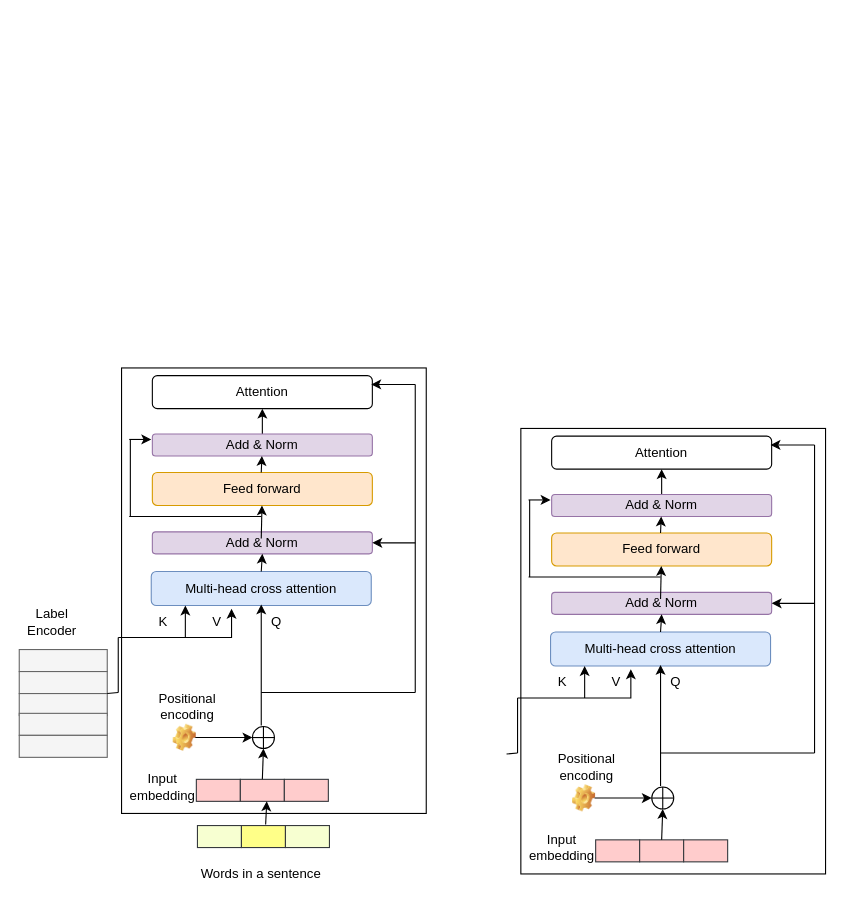
dksanyal/Abstract2StructuredAbstract keeps this draw.io diagram as liht.drawio. Above is the earlier version. Source tidied: cells renumbered, new cells numbered last; positions are measured from the earlier drawing's top-left corner, leaving out a move shared by most shapes. Both pictures are drawn from the tidied source at 110%, with x=0, y=0 at pixel (19, 367).
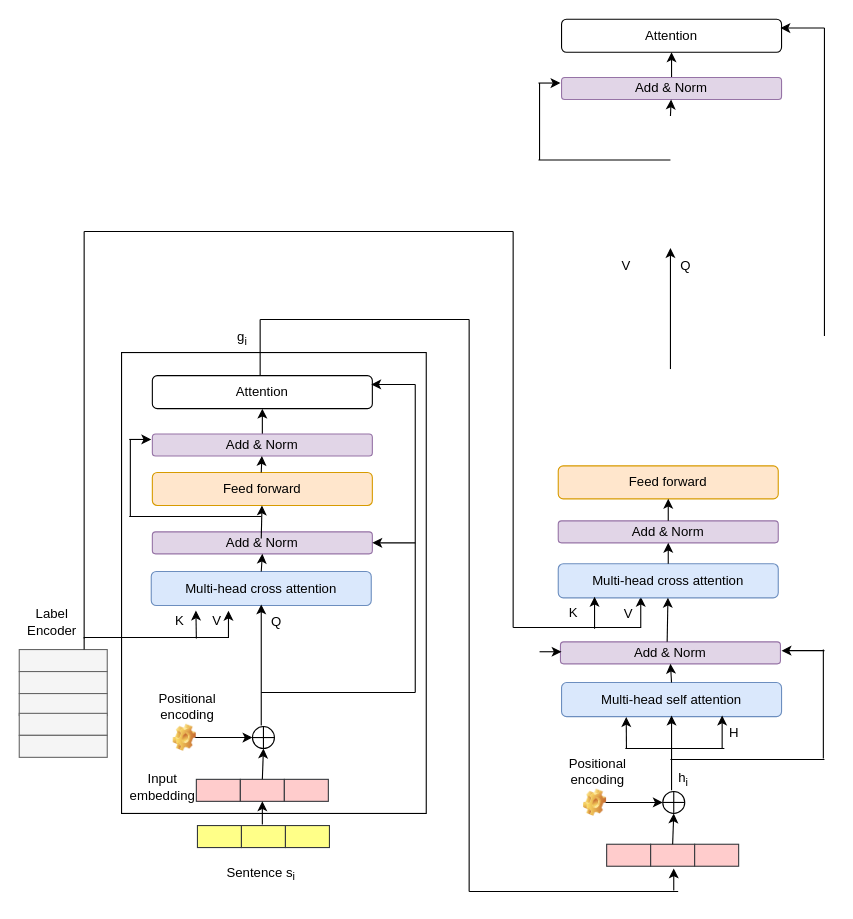
After the change.

The change refers to these unchanged cells:
```xml
<mxCell id="6" style="rounded=0;whiteSpace=wrap;html=1;fillColor=#f5f5f5;strokeColor=#666666;fontColor=#333333;" parent="1" vertex="1">
  <mxGeometry y="296" width="80" height="20" as="geometry" />
</mxCell>
<mxCell id="14" value="Multi-head cross attention" style="rounded=1;whiteSpace=wrap;html=1;fillColor=#dae8fc;strokeColor=#6c8ebf;" parent="1" vertex="1">
  <mxGeometry x="120" y="185" width="200" height="31" as="geometry" />
</mxCell>
```

What changed in the source:
```diff
@@
     <mxCell id="2" style="rounded=0;whiteSpace=wrap;html=1;" parent="1" vertex="1">
-      <mxGeometry x="93" width="277" height="405" as="geometry" />
+      <mxGeometry x="93" y="-14" width="277" height="419" as="geometry" />
     </mxCell>
-    <mxCell id="3" style="edgeStyle=orthogonalEdgeStyle;rounded=0;jettySize=auto;html=1;startArrow=none;" parent="1" edge="1" source="39">
-      <mxGeometry relative="1" as="geometry">
-        <mxPoint x="193" y="219" as="targetPoint" />
-        <Array as="points">
-          <mxPoint x="90" y="245" />
-          <mxPoint x="193" y="245" />
-        </Array>
-      </mxGeometry>
-    </mxCell>
@@
-    <mxCell id="9" style="rounded=0;whiteSpace=wrap;html=1;fillColor=#F7FFD1;strokeColor=#36393d;" parent="1" vertex="1">
+    <mxCell id="9" style="rounded=0;whiteSpace=wrap;html=1;fillColor=#ffff88;strokeColor=#36393d;" parent="1" vertex="1">
       <mxGeometry x="162" y="416" width="40" height="20" as="geometry" />
     </mxCell>
@@
-    <mxCell id="20" style="endArrow=classic;html=1;rounded=0;entryX=0.25;entryY=1;entryDx=0;entryDy=0;" parent="1" edge="1">
-      <mxGeometry relative="1" as="geometry">
-        <mxPoint x="151" y="245" as="sourcePoint" />
-        <mxPoint x="151" y="216" as="targetPoint" />
-      </mxGeometry>
-    </mxCell>
     <mxCell id="21" style="endArrow=classic;html=1;rounded=0;entryX=0.75;entryY=1;entryDx=0;entryDy=0;" parent="1" edge="1">
       <mxGeometry relative="1" as="geometry">
-        <mxPoint x="224" y="415" as="sourcePoint" />
-        <mxPoint x="225" y="394" as="targetPoint" />
+        <mxPoint x="221" y="415" as="sourcePoint" />
+        <mxPoint x="221" y="394" as="targetPoint" />
       </mxGeometry>
     </mxCell>
-    <mxCell id="22" style="rounded=0;whiteSpace=wrap;html=1;fillColor=#F7FFD1;strokeColor=#36393d;" parent="1" vertex="1">
+    <mxCell id="22" style="rounded=0;whiteSpace=wrap;html=1;fillColor=#ffff88;strokeColor=#36393d;" parent="1" vertex="1">
       <mxGeometry x="242" y="416" width="40" height="20" as="geometry" />
     </mxCell>
@@
-    <mxCell id="38" value="K" style="text;html=1;strokeColor=none;fillColor=none;align=center;verticalAlign=middle;whiteSpace=wrap;rounded=0;" parent="1" vertex="1">
-      <mxGeometry x="101" y="216" width="60" height="30" as="geometry" />
-    </mxCell>
-    <mxCell id="39" value="V" style="text;html=1;strokeColor=none;fillColor=none;align=center;verticalAlign=middle;whiteSpace=wrap;rounded=0;" parent="1" vertex="1">
-      <mxGeometry x="150" y="216" width="60" height="30" as="geometry" />
-    </mxCell>
-    <mxCell id="40" style="endArrow=none;html=1;rounded=0;" parent="1" edge="1">
-      <mxGeometry relative="1" as="geometry">
-        <mxPoint x="90" y="295" as="sourcePoint" />
-        <mxPoint x="90" y="245" as="targetPoint" />
-      </mxGeometry>
-    </mxCell>
-    <mxCell id="41" style="endArrow=none;html=1;rounded=0;exitX=1;exitY=0;exitDx=0;exitDy=0;" parent="1" edge="1" source="6">
-      <mxGeometry relative="1" as="geometry">
-        <mxPoint x="90" y="295" as="targetPoint" />
-      </mxGeometry>
-    </mxCell>
-    <mxCell id="42" value="Words in a sentence" style="text;html=1;strokeColor=none;fillColor=none;align=center;verticalAlign=middle;whiteSpace=wrap;rounded=0;" parent="1" vertex="1">
+    <mxCell id="42" value="Sentence s&lt;sub&gt;i&lt;/sub&gt;" style="text;html=1;strokeColor=none;fillColor=none;align=center;verticalAlign=middle;whiteSpace=wrap;rounded=0;" parent="1" vertex="1">
       <mxGeometry x="150" y="445" width="140" height="30" as="geometry" />
     </mxCell>
@@
-    <mxCell id="47" style="rounded=0;whiteSpace=wrap;html=1;" parent="1" vertex="1">
-      <mxGeometry x="456" y="55" width="277" height="405" as="geometry" />
-    </mxCell>
-    <mxCell id="48" style="edgeStyle=orthogonalEdgeStyle;rounded=0;jettySize=auto;html=1;startArrow=none;" parent="1" edge="1" source="75">
+    <mxCell id="48" style="edgeStyle=orthogonalEdgeStyle;rounded=0;orthogonalLoop=1;jettySize=auto;html=1;startArrow=none;" parent="1" edge="1">
       <mxGeometry relative="1" as="geometry">
-        <mxPoint x="556" y="274" as="targetPoint" />
+        <mxPoint x="449" y="236" as="sourcePoint" />
+        <mxPoint x="565" y="208" as="targetPoint" />
         <Array as="points">
-          <mxPoint x="453" y="300" />
-          <mxPoint x="556" y="300" />
+          <mxPoint x="565" y="236" />
         </Array>
       </mxGeometry>
     </mxCell>
-    <mxCell id="49" style="rounded=0;whiteSpace=wrap;html=1;fillColor=#ffcccc;strokeColor=#36393d;" parent="1" vertex="1">
-      <mxGeometry x="524" y="429" width="40" height="20" as="geometry" />
-    </mxCell>
-    <mxCell id="50" style="rounded=0;whiteSpace=wrap;html=1;fillColor=#ffcccc;strokeColor=#36393d;" parent="1" vertex="1">
-      <mxGeometry x="564" y="429" width="40" height="20" as="geometry" />
-    </mxCell>
-    <mxCell id="51" style="rounded=0;whiteSpace=wrap;html=1;fillColor=#ffcccc;strokeColor=#36393d;" parent="1" vertex="1">
-      <mxGeometry x="604" y="429" width="40" height="20" as="geometry" />
-    </mxCell>
     <mxCell id="52" value="Multi-head cross attention" style="rounded=1;whiteSpace=wrap;html=1;fillColor=#dae8fc;strokeColor=#6c8ebf;" parent="1" vertex="1">
-      <mxGeometry x="483" y="240" width="200" height="31" as="geometry" />
+      <mxGeometry x="490" y="178" width="200" height="31" as="geometry" />
     </mxCell>
-    <mxCell id="53" style="verticalLabelPosition=bottom;verticalAlign=top;html=1;shape=mxgraph.flowchart.summing_function;" parent="1" vertex="1">
-      <mxGeometry x="575" y="381" width="20" height="20" as="geometry" />
-    </mxCell>
-    <mxCell id="54" style="shape=image;html=1;verticalLabelPosition=bottom;verticalAlign=top;imageAspect=1;image=img/clipart/Gear_128x128.png;" parent="1" vertex="1">
-      <mxGeometry x="503" y="379" width="21" height="24.6" as="geometry" />
-    </mxCell>
-    <mxCell id="55" style="endArrow=classic;html=1;rounded=0;entryX=0;entryY=0.5;entryDx=0;entryDy=0;entryPerimeter=0;" parent="1" edge="1" target="53">
-      <mxGeometry relative="1" as="geometry">
-        <mxPoint x="523" y="391" as="sourcePoint" />
-      </mxGeometry>
-    </mxCell>
-    <mxCell id="56" style="endArrow=classic;html=1;rounded=0;entryX=0.5;entryY=1;entryDx=0;entryDy=0;entryPerimeter=0;exitX=0.5;exitY=0;exitDx=0;exitDy=0;" parent="1" edge="1" source="50" target="53">
-      <mxGeometry relative="1" as="geometry" />
-    </mxCell>
     <mxCell id="57" style="endArrow=classic;html=1;rounded=0;" parent="1" edge="1">
       <mxGeometry relative="1" as="geometry">
-        <mxPoint x="583" y="380" as="sourcePoint" />
-        <mxPoint x="583" y="270" as="targetPoint" />
+        <mxPoint x="592" y="1" as="sourcePoint" />
+        <mxPoint x="592" y="-109" as="targetPoint" />
       </mxGeometry>
     </mxCell>
     <mxCell id="58" style="endArrow=classic;html=1;rounded=0;entryX=0.25;entryY=1;entryDx=0;entryDy=0;" parent="1" edge="1">
       <mxGeometry relative="1" as="geometry">
-        <mxPoint x="514" y="300" as="sourcePoint" />
-        <mxPoint x="514" y="271" as="targetPoint" />
+        <mxPoint x="523" y="237" as="sourcePoint" />
+        <mxPoint x="523" y="208" as="targetPoint" />
       </mxGeometry>
     </mxCell>
@@
     <mxCell id="60" value="Add &amp;amp; Norm" style="rounded=1;whiteSpace=wrap;html=1;fillColor=#e1d5e7;strokeColor=#9673a6;" parent="1" vertex="1">
-      <mxGeometry x="484" y="204" width="200" height="20" as="geometry" />
+      <mxGeometry x="490" y="139" width="200" height="20" as="geometry" />
     </mxCell>
     <mxCell id="61" value="Feed forward" style="rounded=1;whiteSpace=wrap;html=1;fillColor=#ffe6cc;strokeColor=#d79b00;" parent="1" vertex="1">
-      <mxGeometry x="484" y="150" width="200" height="30" as="geometry" />
+      <mxGeometry x="490" y="89" width="200" height="30" as="geometry" />
     </mxCell>
     <mxCell id="62" value="Add &amp;amp; Norm" style="rounded=1;whiteSpace=wrap;html=1;fillColor=#e1d5e7;strokeColor=#9673a6;" parent="1" vertex="1">
-      <mxGeometry x="484" y="115" width="200" height="20" as="geometry" />
+      <mxGeometry x="493" y="-264" width="200" height="20" as="geometry" />
     </mxCell>
     <mxCell id="63" value="Attention" style="rounded=1;whiteSpace=wrap;html=1;fillColor=none;" parent="1" vertex="1">
-      <mxGeometry x="484" y="62" width="200" height="30" as="geometry" />
+      <mxGeometry x="493" y="-317" width="200" height="30" as="geometry" />
     </mxCell>
@@
-    <mxCell id="65" style="endArrow=classic;html=1;rounded=0;" parent="1" edge="1" target="61">
-      <mxGeometry relative="1" as="geometry">
-        <mxPoint x="583" y="210" as="sourcePoint" />
-      </mxGeometry>
-    </mxCell>
     <mxCell id="66" style="endArrow=classic;html=1;rounded=0;" parent="1" edge="1" target="62">
       <mxGeometry relative="1" as="geometry">
-        <mxPoint x="583" y="150" as="sourcePoint" />
+        <mxPoint x="592" y="-229" as="sourcePoint" />
       </mxGeometry>
     </mxCell>
-    <mxCell id="67" style="endArrow=none;html=1;rounded=0;" parent="1" edge="1">
-      <mxGeometry relative="1" as="geometry">
-        <mxPoint x="583" y="350" as="sourcePoint" />
-        <mxPoint x="723" y="350" as="targetPoint" />
-      </mxGeometry>
-    </mxCell>
     <mxCell id="68" style="endArrow=none;html=1;rounded=0;" parent="1" edge="1">
       <mxGeometry relative="1" as="geometry">
-        <mxPoint x="723" y="350" as="sourcePoint" />
-        <mxPoint x="723" y="70" as="targetPoint" />
+        <mxPoint x="732" y="-29" as="sourcePoint" />
+        <mxPoint x="732" y="-309" as="targetPoint" />
       </mxGeometry>
     </mxCell>
-    <mxCell id="69" style="endArrow=classic;html=1;rounded=0;entryX=1;entryY=0.5;entryDx=0;entryDy=0;" parent="1" edge="1" target="60">
-      <mxGeometry relative="1" as="geometry">
-        <mxPoint x="723" y="214" as="sourcePoint" />
-      </mxGeometry>
-    </mxCell>
     <mxCell id="70" style="endArrow=classic;html=1;rounded=0;" parent="1" edge="1">
       <mxGeometry relative="1" as="geometry">
-        <mxPoint x="723" y="70" as="sourcePoint" />
-        <mxPoint x="683" y="70" as="targetPoint" />
+        <mxPoint x="732" y="-309" as="sourcePoint" />
+        <mxPoint x="692" y="-309" as="targetPoint" />
       </mxGeometry>
     </mxCell>
     <mxCell id="71" style="endArrow=none;html=1;rounded=0;" parent="1" edge="1">
       <mxGeometry relative="1" as="geometry">
-        <mxPoint x="463" y="190" as="sourcePoint" />
-        <mxPoint x="583" y="190" as="targetPoint" />
+        <mxPoint x="472" y="-189" as="sourcePoint" />
+        <mxPoint x="592" y="-189" as="targetPoint" />
       </mxGeometry>
     </mxCell>
     <mxCell id="72" style="endArrow=none;html=1;rounded=0;" parent="1" edge="1">
       <mxGeometry relative="1" as="geometry">
-        <mxPoint x="464" y="190" as="sourcePoint" />
-        <mxPoint x="464" y="120" as="targetPoint" />
+        <mxPoint x="473" y="-189" as="sourcePoint" />
+        <mxPoint x="473" y="-259" as="targetPoint" />
       </mxGeometry>
     </mxCell>
     <mxCell id="73" style="endArrow=classic;html=1;rounded=0;" parent="1" edge="1">
       <mxGeometry relative="1" as="geometry">
-        <mxPoint x="463" y="120" as="sourcePoint" />
-        <mxPoint x="483" y="120" as="targetPoint" />
+        <mxPoint x="472" y="-259" as="sourcePoint" />
+        <mxPoint x="492" y="-259" as="targetPoint" />
       </mxGeometry>
     </mxCell>
-    <mxCell id="74" value="K" style="text;html=1;strokeColor=none;fillColor=none;align=center;verticalAlign=middle;whiteSpace=wrap;rounded=0;" parent="1" vertex="1">
-      <mxGeometry x="464" y="271" width="60" height="30" as="geometry" />
-    </mxCell>
     <mxCell id="75" value="V" style="text;html=1;strokeColor=none;fillColor=none;align=center;verticalAlign=middle;whiteSpace=wrap;rounded=0;" parent="1" vertex="1">
-      <mxGeometry x="513" y="271" width="60" height="30" as="geometry" />
+      <mxGeometry x="522" y="-108" width="60" height="30" as="geometry" />
     </mxCell>
-    <mxCell id="76" style="endArrow=none;html=1;rounded=0;" parent="1" edge="1">
-      <mxGeometry relative="1" as="geometry">
-        <mxPoint x="453" y="350" as="sourcePoint" />
-        <mxPoint x="453" y="300" as="targetPoint" />
-      </mxGeometry>
-    </mxCell>
-    <mxCell id="77" style="endArrow=none;html=1;rounded=0;exitX=1;exitY=0;exitDx=0;exitDy=0;" parent="1" edge="1">
-      <mxGeometry relative="1" as="geometry">
-        <mxPoint x="443" y="351" as="sourcePoint" />
-        <mxPoint x="453" y="350" as="targetPoint" />
-      </mxGeometry>
-    </mxCell>
-    <mxCell id="78" value="Input embedding" style="text;html=1;strokeColor=none;fillColor=none;align=center;verticalAlign=middle;whiteSpace=wrap;rounded=0;" parent="1" vertex="1">
-      <mxGeometry x="456" y="421" width="75" height="30" as="geometry" />
-    </mxCell>
+    <mxCell id="80" value="Q" style="text;html=1;strokeColor=none;fillColor=none;align=center;verticalAlign=middle;whiteSpace=wrap;rounded=0;" parent="1" vertex="1">
+      <mxGeometry x="586" y="-108" width="40" height="30" as="geometry" />
+    </mxCell>
+    <mxCell id="81" style="rounded=0;whiteSpace=wrap;html=1;fillColor=#ffcccc;strokeColor=#36393d;" parent="1" vertex="1">
+      <mxGeometry x="534" y="433" width="40" height="20" as="geometry" />
+    </mxCell>
+    <mxCell id="82" style="rounded=0;whiteSpace=wrap;html=1;fillColor=#ffcccc;strokeColor=#36393d;" parent="1" vertex="1">
+      <mxGeometry x="574" y="433" width="40" height="20" as="geometry" />
+    </mxCell>
+    <mxCell id="83" style="rounded=0;whiteSpace=wrap;html=1;fillColor=#ffcccc;strokeColor=#36393d;" parent="1" vertex="1">
+      <mxGeometry x="614" y="433" width="40" height="20" as="geometry" />
+    </mxCell>
+    <mxCell id="84" value="Multi-head self attention" style="rounded=1;whiteSpace=wrap;html=1;fillColor=#dae8fc;strokeColor=#6c8ebf;" parent="1" vertex="1">
+      <mxGeometry x="493" y="286" width="200" height="31" as="geometry" />
+    </mxCell>
+    <mxCell id="85" style="verticalLabelPosition=bottom;verticalAlign=top;html=1;shape=mxgraph.flowchart.summing_function;" parent="1" vertex="1">
+      <mxGeometry x="585" y="385" width="20" height="20" as="geometry" />
+    </mxCell>
+    <mxCell id="86" style="shape=image;html=1;verticalLabelPosition=bottom;verticalAlign=top;imageAspect=1;image=img/clipart/Gear_128x128.png;" parent="1" vertex="1">
+      <mxGeometry x="513" y="383" width="21" height="24.6" as="geometry" />
+    </mxCell>
+    <mxCell id="87" style="endArrow=classic;html=1;rounded=0;entryX=0;entryY=0.5;entryDx=0;entryDy=0;entryPerimeter=0;" parent="1" edge="1" target="85">
+      <mxGeometry relative="1" as="geometry">
+        <mxPoint x="533" y="395" as="sourcePoint" />
+      </mxGeometry>
+    </mxCell>
+    <mxCell id="88" style="endArrow=classic;html=1;rounded=0;entryX=0.5;entryY=1;entryDx=0;entryDy=0;entryPerimeter=0;exitX=0.5;exitY=0;exitDx=0;exitDy=0;" parent="1" edge="1" source="82" target="85">
+      <mxGeometry relative="1" as="geometry" />
+    </mxCell>
+    <mxCell id="89" style="endArrow=classic;html=1;rounded=0;" parent="1" edge="1">
+      <mxGeometry relative="1" as="geometry">
+        <mxPoint x="593" y="384" as="sourcePoint" />
+        <mxPoint x="593" y="316" as="targetPoint" />
+      </mxGeometry>
+    </mxCell>
+    <mxCell id="90" value="Add &amp;amp; Norm" style="rounded=1;whiteSpace=wrap;html=1;fillColor=#e1d5e7;strokeColor=#9673a6;" parent="1" vertex="1">
+      <mxGeometry x="492" y="249" width="200" height="20" as="geometry" />
+    </mxCell>
+    <mxCell id="91" style="endArrow=classic;html=1;rounded=0;exitX=0.5;exitY=0;exitDx=0;exitDy=0;entryX=0.5;entryY=1;entryDx=0;entryDy=0;" parent="1" edge="1" source="84" target="90">
+      <mxGeometry relative="1" as="geometry" />
+    </mxCell>
+    <mxCell id="92" style="endArrow=none;html=1;rounded=0;" parent="1" edge="1">
+      <mxGeometry relative="1" as="geometry">
+        <mxPoint x="592" y="356" as="sourcePoint" />
+        <mxPoint x="732" y="356" as="targetPoint" />
+      </mxGeometry>
+    </mxCell>
+    <mxCell id="93" style="endArrow=none;html=1;rounded=0;" parent="1" edge="1">
+      <mxGeometry relative="1" as="geometry">
+        <mxPoint x="731" y="355" as="sourcePoint" />
+        <mxPoint x="731" y="256" as="targetPoint" />
+      </mxGeometry>
+    </mxCell>
+    <mxCell id="94" style="endArrow=classic;html=1;rounded=0;entryX=1;entryY=0.5;entryDx=0;entryDy=0;" parent="1" edge="1">
+      <mxGeometry relative="1" as="geometry">
+        <mxPoint x="732" y="257" as="sourcePoint" />
+        <mxPoint x="693" y="257" as="targetPoint" />
+      </mxGeometry>
+    </mxCell>
+    <mxCell id="95" style="endArrow=classic;html=1;rounded=0;" parent="1" edge="1">
+      <mxGeometry relative="1" as="geometry">
+        <mxPoint x="473" y="258" as="sourcePoint" />
+        <mxPoint x="493" y="258" as="targetPoint" />
+      </mxGeometry>
+    </mxCell>
     <mxCell id="79" value="Positional encoding" style="text;html=1;strokeColor=none;fillColor=none;align=center;verticalAlign=middle;whiteSpace=wrap;rounded=0;" parent="1" vertex="1">
-      <mxGeometry x="471" y="348" width="90" height="30" as="geometry" />
+      <mxGeometry x="481" y="352" width="90" height="30" as="geometry" />
     </mxCell>
-    <mxCell id="80" value="Q" style="text;html=1;strokeColor=none;fillColor=none;align=center;verticalAlign=middle;whiteSpace=wrap;rounded=0;" parent="1" vertex="1">
-      <mxGeometry x="577" y="271" width="40" height="30" as="geometry" />
-    </mxCell>
+    <mxCell id="96" style="endArrow=none;html=1;rounded=0;" parent="1" edge="1">
+      <mxGeometry relative="1" as="geometry">
+        <mxPoint x="219" y="7" as="sourcePoint" />
+        <mxPoint x="219" y="-44" as="targetPoint" />
+      </mxGeometry>
+    </mxCell>
+    <mxCell id="97" style="endArrow=none;html=1;rounded=0;" parent="1" edge="1">
+      <mxGeometry relative="1" as="geometry">
+        <mxPoint x="219" y="-44" as="sourcePoint" />
+        <mxPoint x="409" y="-44" as="targetPoint" />
+      </mxGeometry>
+    </mxCell>
+    <mxCell id="98" style="endArrow=none;html=1;rounded=0;" parent="1" edge="1">
+      <mxGeometry relative="1" as="geometry">
+        <mxPoint x="409" y="-44" as="sourcePoint" />
+        <mxPoint x="409" y="476" as="targetPoint" />
+      </mxGeometry>
+    </mxCell>
+    <mxCell id="99" style="endArrow=none;html=1;rounded=0;" parent="1" edge="1">
+      <mxGeometry relative="1" as="geometry">
+        <mxPoint x="409" y="476" as="sourcePoint" />
+        <mxPoint x="599" y="476" as="targetPoint" />
+      </mxGeometry>
+    </mxCell>
+    <mxCell id="100" style="endArrow=classic;html=1;rounded=0;" parent="1" edge="1">
+      <mxGeometry relative="1" as="geometry">
+        <mxPoint x="595" y="475" as="sourcePoint" />
+        <mxPoint x="595" y="455" as="targetPoint" />
+        <Array as="points">
+          <mxPoint x="595" y="475" />
+        </Array>
+      </mxGeometry>
+    </mxCell>
+    <mxCell id="101" value="g&lt;sub&gt;i&lt;/sub&gt;" style="text;html=1;strokeColor=none;fillColor=none;align=center;verticalAlign=middle;whiteSpace=wrap;rounded=0;" parent="1" vertex="1">
+      <mxGeometry x="173" y="-42" width="60" height="30" as="geometry" />
+    </mxCell>
+    <mxCell id="102" style="endArrow=none;html=1;rounded=0;" parent="1" edge="1">
+      <mxGeometry relative="1" as="geometry">
+        <mxPoint x="551" y="346" as="sourcePoint" />
+        <mxPoint x="641" y="346" as="targetPoint" />
+      </mxGeometry>
+    </mxCell>
+    <mxCell id="103" style="endArrow=classic;html=1;rounded=0;entryX=0.294;entryY=1.013;entryDx=0;entryDy=0;entryPerimeter=0;" parent="1" edge="1" target="84">
+      <mxGeometry relative="1" as="geometry">
+        <mxPoint x="552" y="346" as="sourcePoint" />
+      </mxGeometry>
+    </mxCell>
+    <mxCell id="104" style="endArrow=classic;html=1;rounded=0;entryX=0.73;entryY=0.968;entryDx=0;entryDy=0;entryPerimeter=0;" parent="1" edge="1" target="84">
+      <mxGeometry relative="1" as="geometry">
+        <mxPoint x="639" y="346" as="sourcePoint" />
+      </mxGeometry>
+    </mxCell>
+    <mxCell id="105" value="h&lt;sub&gt;i&lt;/sub&gt;" style="text;html=1;strokeColor=none;fillColor=none;align=center;verticalAlign=middle;whiteSpace=wrap;rounded=0;" parent="1" vertex="1">
+      <mxGeometry x="574" y="359" width="60" height="30" as="geometry" />
+    </mxCell>
+    <mxCell id="106" value="H" style="text;html=1;strokeColor=none;fillColor=none;align=center;verticalAlign=middle;whiteSpace=wrap;rounded=0;" parent="1" vertex="1">
+      <mxGeometry x="630" y="323.6" width="40" height="17.4" as="geometry" />
+    </mxCell>
+    <mxCell id="107" style="endArrow=classic;html=1;rounded=0;" parent="1" edge="1" target="52">
+      <mxGeometry relative="1" as="geometry">
+        <mxPoint x="589" y="249" as="sourcePoint" />
+      </mxGeometry>
+    </mxCell>
+    <mxCell id="108" style="edgeStyle=elbowEdgeStyle;elbow=vertical;endArrow=classic;html=1;rounded=0;entryX=0.351;entryY=0.994;entryDx=0;entryDy=0;entryPerimeter=0;" parent="1" edge="1">
+      <mxGeometry relative="1" as="geometry">
+        <mxPoint x="59" y="256" as="sourcePoint" />
+        <mxPoint x="190.2" y="220.8" as="targetPoint" />
+        <Array as="points">
+          <mxPoint x="149" y="245" />
+        </Array>
+      </mxGeometry>
+    </mxCell>
+    <mxCell id="109" value="V" style="text;html=1;strokeColor=none;fillColor=none;align=center;verticalAlign=middle;whiteSpace=wrap;rounded=0;" parent="1" vertex="1">
+      <mxGeometry x="150" y="215" width="60" height="30" as="geometry" />
+    </mxCell>
+    <mxCell id="110" style="endArrow=none;html=1;rounded=0;" parent="1" edge="1">
+      <mxGeometry relative="1" as="geometry">
+        <mxPoint x="59" y="246" as="sourcePoint" />
+        <mxPoint x="59" y="-124" as="targetPoint" />
+      </mxGeometry>
+    </mxCell>
+    <mxCell id="111" style="endArrow=none;html=1;rounded=0;" parent="1" edge="1">
+      <mxGeometry relative="1" as="geometry">
+        <mxPoint x="59" y="-124" as="sourcePoint" />
+        <mxPoint x="449" y="-124" as="targetPoint" />
+      </mxGeometry>
+    </mxCell>
+    <mxCell id="112" value="K" style="text;html=1;strokeColor=none;fillColor=none;align=center;verticalAlign=middle;whiteSpace=wrap;rounded=0;" parent="1" vertex="1">
+      <mxGeometry x="474" y="208" width="60" height="30" as="geometry" />
+    </mxCell>
+    <mxCell id="113" value="V" style="text;html=1;strokeColor=none;fillColor=none;align=center;verticalAlign=middle;whiteSpace=wrap;rounded=0;" parent="1" vertex="1">
+      <mxGeometry x="524" y="209" width="60" height="30" as="geometry" />
+    </mxCell>
+    <mxCell id="114" style="endArrow=classic;html=1;rounded=0;entryX=0.203;entryY=1.148;entryDx=0;entryDy=0;entryPerimeter=0;" parent="1" edge="1" target="14">
+      <mxGeometry relative="1" as="geometry">
+        <mxPoint x="161" y="246" as="sourcePoint" />
+      </mxGeometry>
+    </mxCell>
+    <mxCell id="115" value="K" style="text;html=1;strokeColor=none;fillColor=none;align=center;verticalAlign=middle;whiteSpace=wrap;rounded=0;" parent="1" vertex="1">
+      <mxGeometry x="116" y="215" width="60" height="30" as="geometry" />
+    </mxCell>
+    <mxCell id="116" style="endArrow=none;html=1;rounded=0;" parent="1" edge="1">
+      <mxGeometry relative="1" as="geometry">
+        <mxPoint x="449" y="236" as="sourcePoint" />
+        <mxPoint x="449" y="-124" as="targetPoint" />
+      </mxGeometry>
+    </mxCell>
+    <mxCell id="117" style="endArrow=classic;html=1;rounded=0;exitX=0.5;exitY=0;exitDx=0;exitDy=0;entryX=0.5;entryY=1;entryDx=0;entryDy=0;" parent="1" edge="1" source="60" target="61">
+      <mxGeometry relative="1" as="geometry" />
+    </mxCell>
```
